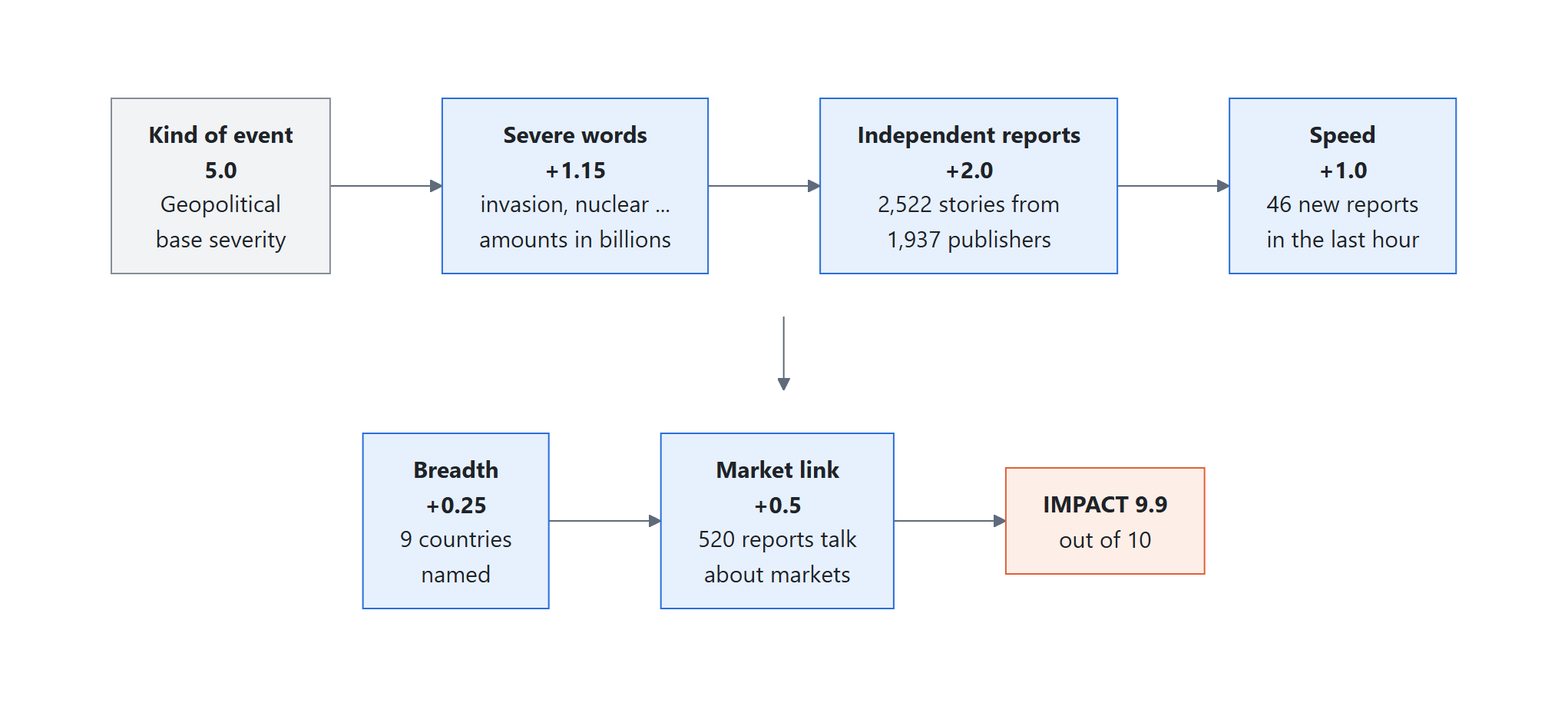
Earlier version of the Mermaid export docs/diagrams/06_impact_scorecard.png (ShubAce/IITKharagpur-Shubham-Suman-hackathon). Its source is kept beside it as docs/diagrams/06_impact_scorecard.mmd. Source of this version:
```mermaid
flowchart TB
  classDef base fill:#f1f3f5,stroke:#868e96,color:#1f2328
  classDef plus fill:#e7f0fd,stroke:#2a6fdb,color:#1f2328
  classDef total fill:#fdeee8,stroke:#e0603a,color:#1f2328

  subgraph ROW1[" "]
    direction LR
    B["<b>Kind of event</b><br/><b>5.0</b><br/>Geopolitical<br/>base severity"]:::base
    I["<b>Severe words</b><br/><b>+1.15</b><br/>invasion, nuclear ...<br/>amounts in billions"]:::plus
    C["<b>Independent reports</b><br/><b>+2.0</b><br/>2,522 stories from<br/>1,937 publishers"]:::plus
    V["<b>Speed</b><br/><b>+1.0</b><br/>46 new reports<br/>in the last hour"]:::plus
    B --> I --> C --> V
  end

  subgraph ROW2[" "]
    direction LR
    BR["<b>Breadth</b><br/><b>+0.25</b><br/>9 countries<br/>named"]:::plus
    M["<b>Market link</b><br/><b>+0.5</b><br/>520 reports talk<br/>about markets"]:::plus
    T["<b>IMPACT 9.9</b><br/>out of 10"]:::total
    BR --> M --> T
  end

  ROW1 --> ROW2
  style ROW1 fill:none,stroke:none
  style ROW2 fill:none,stroke:none
```
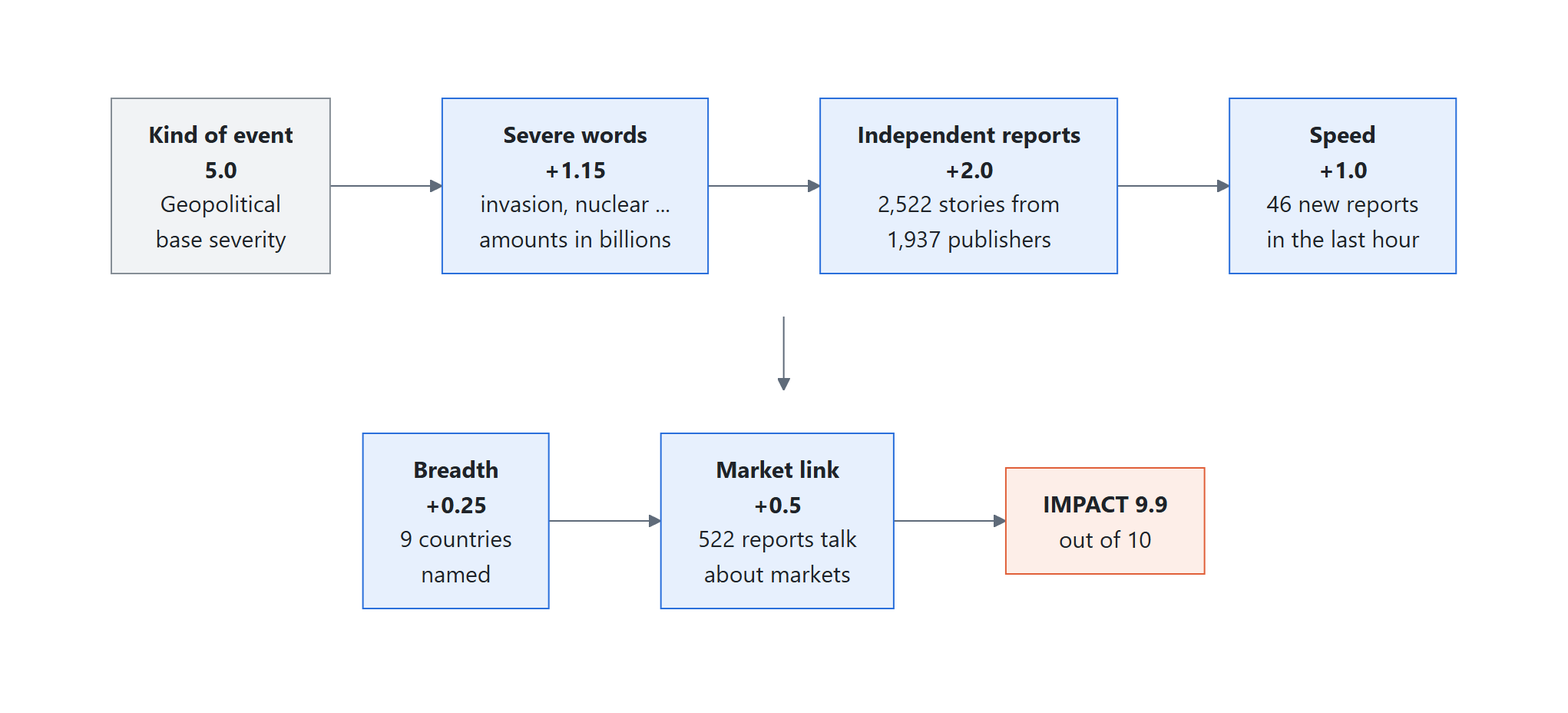
After the commit.

Commit message:
Update .gitignore and enhance impact scorecard diagram; improve rendering script to filter diagrams by name

What changed in the source:
```diff
@@ -15,7 +15,7 @@
   subgraph ROW2[" "]
     direction LR
     BR["<b>Breadth</b><br/><b>+0.25</b><br/>9 countries<br/>named"]:::plus
-    M["<b>Market link</b><br/><b>+0.5</b><br/>520 reports talk<br/>about markets"]:::plus
+    M["<b>Market link</b><br/><b>+0.5</b><br/>522 reports talk<br/>about markets"]:::plus
     T["<b>IMPACT 9.9</b><br/>out of 10"]:::total
     BR --> M --> T
   end
```
